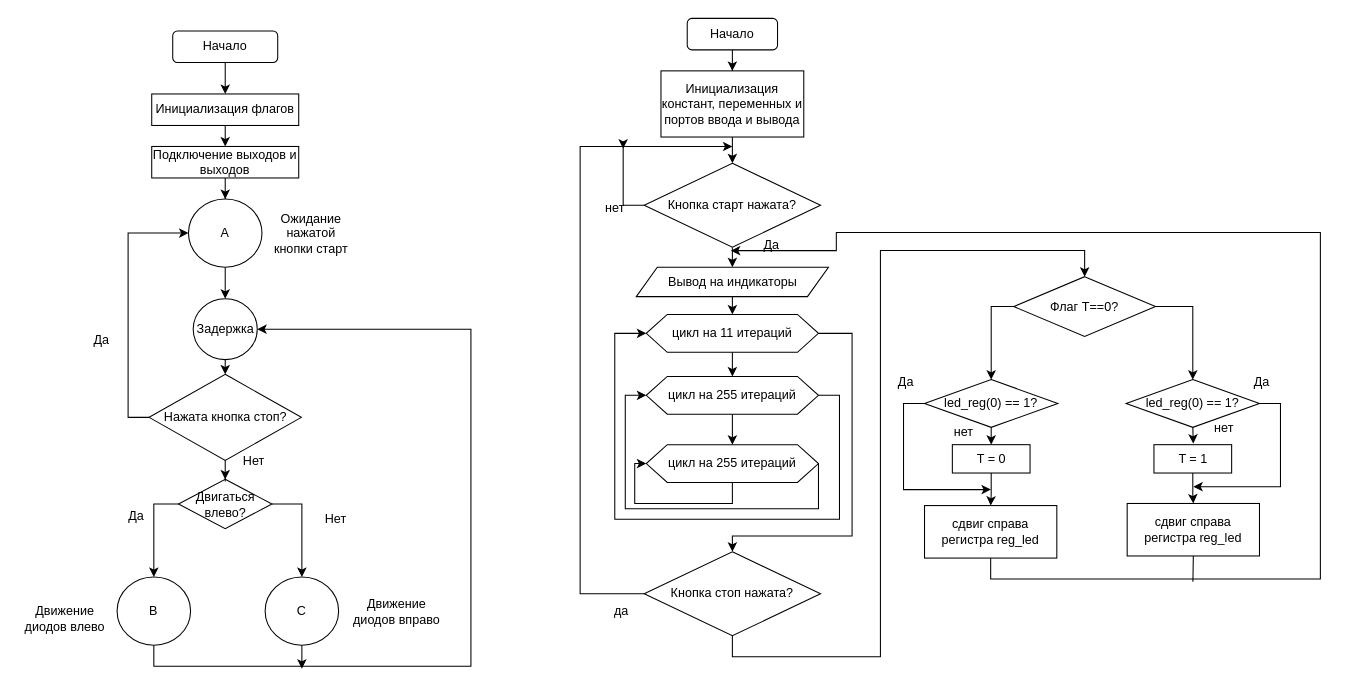
Above: microprocessor/Untitled Diagram.drawio in spiritt123/mgtu_6_sem (draw.io), before the change. Source tidied: cells renumbered, new cells numbered last; positions are measured from the earlier drawing's top-left corner, leaving out a move shared by most shapes. Both pictures are drawn from the tidied source at 105%, with x=0, y=0 at pixel (18, 18).
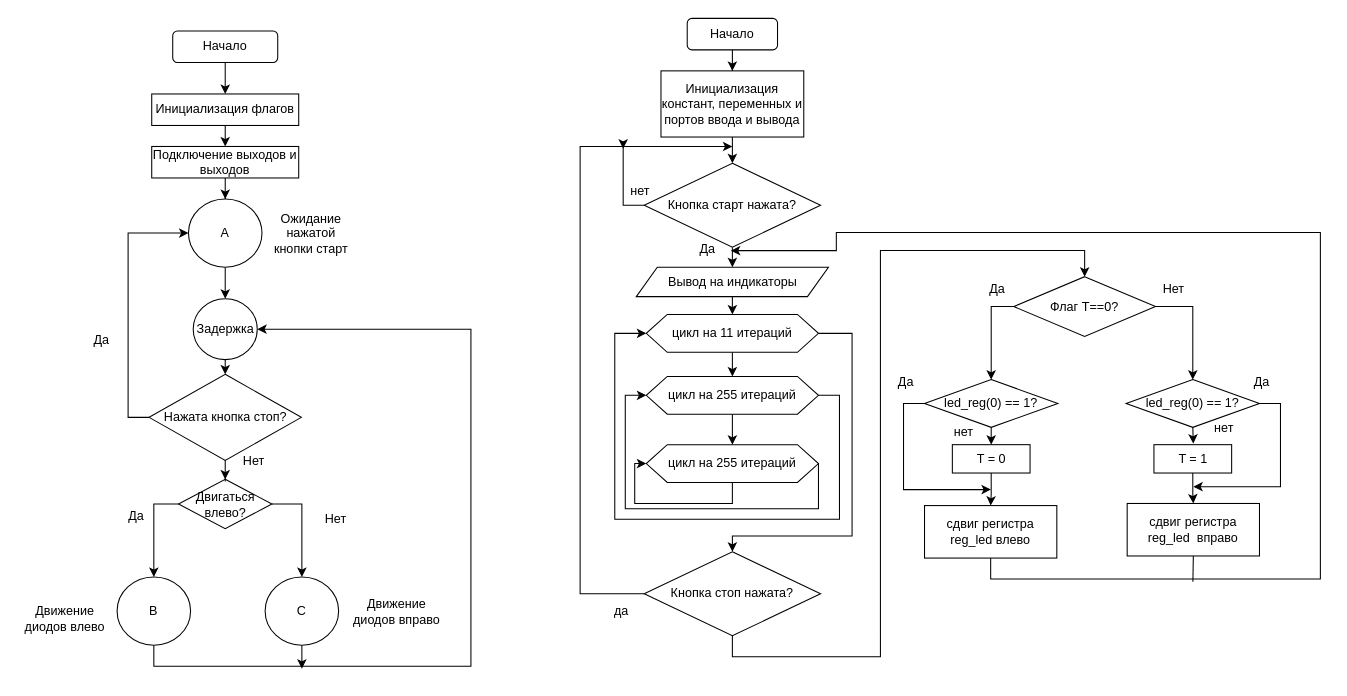
The same diagram, later.

Change to the diagram source:
```diff
@@
     <mxCell id="51" value="&lt;div&gt;нет&lt;/div&gt;" style="text;html=1;align=center;verticalAlign=middle;strokeColor=none;fillColor=none;" parent="1" vertex="1">
-      <mxGeometry x="553" y="172" width="29" height="18" as="geometry" />
+      <mxGeometry x="577" y="156" width="29" height="18" as="geometry" />
     </mxCell>
     <mxCell id="52" value="Да" style="text;html=1;align=center;verticalAlign=middle;strokeColor=none;fillColor=none;" parent="1" vertex="1">
-      <mxGeometry x="704" y="207" width="25" height="18" as="geometry" />
+      <mxGeometry x="643" y="211" width="25" height="18" as="geometry" />
     </mxCell>
@@
-    <mxCell id="62" value="&lt;div&gt;сдвиг справа &lt;br&gt;&lt;/div&gt;&lt;div&gt;регистра reg_led &lt;/div&gt;" style="whiteSpace=wrap;html=1;" parent="1" vertex="1">
+    <mxCell id="62" value="&lt;div&gt;сдвиг регистра reg_led&amp;nbsp; вправо  &lt;/div&gt;" style="whiteSpace=wrap;html=1;" parent="1" vertex="1">
       <mxGeometry x="1056" y="462" width="126" height="50" as="geometry" />
     </mxCell>
@@
-    <mxCell id="69" value="&lt;div&gt;сдвиг справа &lt;br&gt;&lt;/div&gt;&lt;div&gt;регистра reg_led &lt;/div&gt;" style="whiteSpace=wrap;html=1;" parent="1" vertex="1">
+    <mxCell id="69" value="&lt;div&gt;сдвиг регистра reg_led влево &lt;/div&gt;" style="whiteSpace=wrap;html=1;" parent="1" vertex="1">
       <mxGeometry x="863" y="464" width="126" height="50" as="geometry" />
     </mxCell>
@@
+    <mxCell id="74" value="Да" style="text;html=1;align=center;verticalAlign=middle;strokeColor=none;fillColor=none;" parent="1" vertex="1">
+      <mxGeometry x="919" y="249" width="25" height="18" as="geometry" />
+    </mxCell>
+    <mxCell id="75" value="Нет" style="text;html=1;align=center;verticalAlign=middle;strokeColor=none;fillColor=none;" parent="1" vertex="1">
+      <mxGeometry x="1084" y="249" width="31" height="18" as="geometry" />
+    </mxCell>
```
